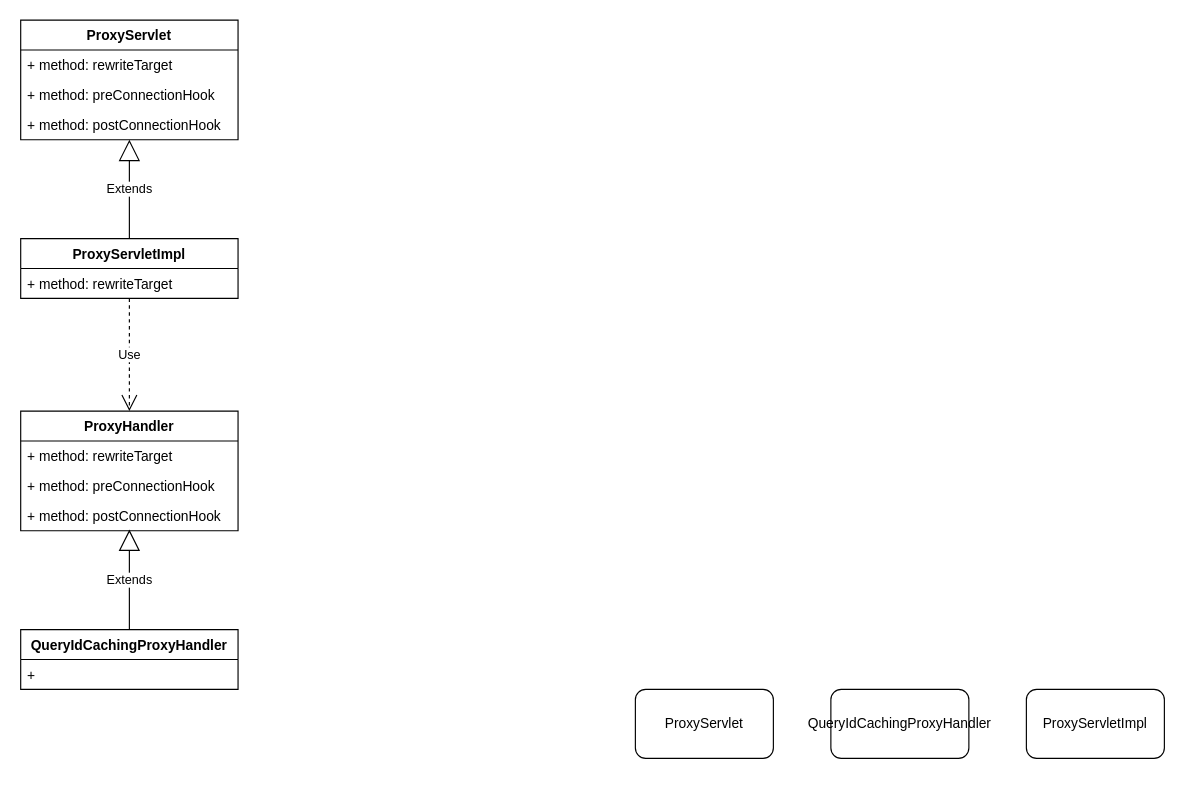
Earlier version of the draw.io diagram prestoGateway.drawio (chuanjian666/drawio). Source tidied: cells renumbered, new cells numbered last; positions are measured from the earlier drawing's top-left corner, leaving out a move shared by most shapes. Both pictures are drawn from the tidied source at 115%, with x=0, y=0 at pixel (21, 20).
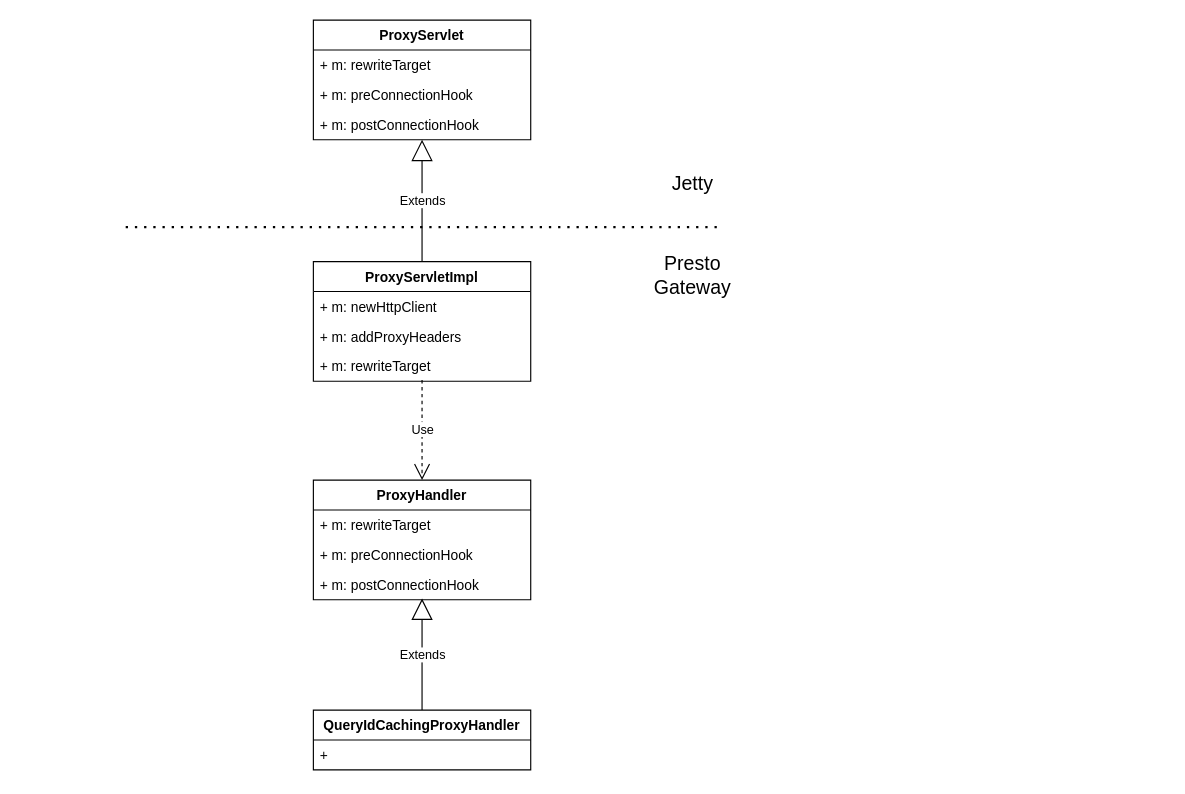
The same diagram, later.

Diff of the diagram source:
```diff
@@
-    <mxCell id="2" value="ProxyServletImpl" style="rounded=1;whiteSpace=wrap;html=1;" parent="1" vertex="1">
-      <mxGeometry x="874" y="582" width="120" height="60" as="geometry" />
-    </mxCell>
-    <mxCell id="3" value="ProxyServlet" style="rounded=1;whiteSpace=wrap;html=1;" parent="1" vertex="1">
-      <mxGeometry x="534" y="582" width="120" height="60" as="geometry" />
-    </mxCell>
-    <mxCell id="4" value="QueryIdCachingProxyHandler" style="rounded=1;whiteSpace=wrap;html=1;" parent="1" vertex="1">
-      <mxGeometry x="704" y="582" width="120" height="60" as="geometry" />
-    </mxCell>
     <mxCell id="5" value="QueryIdCachingProxyHandler" style="swimlane;fontStyle=1;align=center;verticalAlign=top;horizontal=1;startSize=26;" parent="1" vertex="1">
-      <mxGeometry x="-0.5" y="530" width="189" height="52" as="geometry" />
+      <mxGeometry x="254" y="600" width="189" height="52" as="geometry" />
     </mxCell>
@@
     <mxCell id="8" value="ProxyHandler" style="swimlane;fontStyle=1;align=center;verticalAlign=top;horizontal=1;startSize=26;" parent="1" vertex="1">
-      <mxGeometry x="-0.5" y="340" width="189" height="104" as="geometry" />
+      <mxGeometry x="254" y="400" width="189" height="104" as="geometry" />
     </mxCell>
-    <mxCell id="9" value="+ method: rewriteTarget" style="text;strokeColor=none;fillColor=none;align=left;verticalAlign=top;spacingLeft=4;spacingRight=4;overflow=hidden;" parent="8" vertex="1">
+    <mxCell id="9" value="+ m: rewriteTarget" style="text;strokeColor=none;fillColor=none;align=left;verticalAlign=top;spacingLeft=4;spacingRight=4;overflow=hidden;" parent="8" vertex="1">
       <mxGeometry y="26" width="189" height="26" as="geometry" />
     </mxCell>
-    <mxCell id="10" value="+ method: preConnectionHook" style="text;strokeColor=none;fillColor=none;align=left;verticalAlign=top;spacingLeft=4;spacingRight=4;overflow=hidden;" parent="8" vertex="1">
+    <mxCell id="10" value="+ m: preConnectionHook" style="text;strokeColor=none;fillColor=none;align=left;verticalAlign=top;spacingLeft=4;spacingRight=4;overflow=hidden;" parent="8" vertex="1">
       <mxGeometry y="52" width="189" height="26" as="geometry" />
     </mxCell>
-    <mxCell id="11" value="+ method: postConnectionHook" style="text;strokeColor=none;fillColor=none;align=left;verticalAlign=top;spacingLeft=4;spacingRight=4;overflow=hidden;points=[[0,0.5],[1,0.5]];portConstraint=eastwest;" parent="8" vertex="1">
+    <mxCell id="11" value="+ m: postConnectionHook" style="text;strokeColor=none;fillColor=none;align=left;verticalAlign=top;spacingLeft=4;spacingRight=4;overflow=hidden;points=[[0,0.5],[1,0.5]];portConstraint=eastwest;" parent="8" vertex="1">
       <mxGeometry y="78" width="189" height="26" as="geometry" />
     </mxCell>
     <mxCell id="12" value="ProxyServletImpl" style="swimlane;fontStyle=1;align=center;verticalAlign=top;horizontal=1;startSize=26;" parent="1" vertex="1">
-      <mxGeometry x="-0.5" y="190" width="189" height="52" as="geometry" />
+      <mxGeometry x="254" y="210" width="189" height="104" as="geometry" />
     </mxCell>
-    <mxCell id="13" value="+ method: rewriteTarget" style="text;strokeColor=none;fillColor=none;align=left;verticalAlign=top;spacingLeft=4;spacingRight=4;overflow=hidden;points=[[0,0.5],[1,0.5]];portConstraint=eastwest;" parent="12" vertex="1">
+    <mxCell id="13" value="+ m: newHttpClient" style="text;strokeColor=none;fillColor=none;align=left;verticalAlign=top;spacingLeft=4;spacingRight=4;overflow=hidden;points=[[0,0.5],[1,0.5]];portConstraint=eastwest;" parent="12" vertex="1">
       <mxGeometry y="26" width="189" height="26" as="geometry" />
     </mxCell>
+    <mxCell id="20" value="+ m: addProxyHeaders" style="text;strokeColor=none;fillColor=none;align=left;verticalAlign=top;spacingLeft=4;spacingRight=4;overflow=hidden;" parent="12" vertex="1">
+      <mxGeometry y="52" width="189" height="26" as="geometry" />
+    </mxCell>
+    <mxCell id="21" value="+ m: rewriteTarget" style="text;strokeColor=none;fillColor=none;align=left;verticalAlign=top;spacingLeft=4;spacingRight=4;overflow=hidden;points=[[0,0.5],[1,0.5]];portConstraint=eastwest;" parent="12" vertex="1">
+      <mxGeometry y="78" width="189" height="26" as="geometry" />
+    </mxCell>
-    <mxCell id="14" value="Use" style="endArrow=open;endSize=12;dashed=1;html=1;exitX=0.5;exitY=1;exitDx=0;exitDy=0;exitPerimeter=0;" parent="1" edge="1" source="13" target="8">
+    <mxCell id="14" value="Use" style="endArrow=open;endSize=12;dashed=1;html=1;exitX=0.5;exitY=0.962;exitDx=0;exitDy=0;exitPerimeter=0;" parent="1" edge="1" source="21" target="8">
       <mxGeometry relative="1" as="geometry" />
     </mxCell>
     <mxCell id="15" value="ProxyServlet" style="swimlane;fontStyle=1;align=center;verticalAlign=top;horizontal=1;startSize=26;" parent="1" vertex="1">
-      <mxGeometry x="-0.5" width="189" height="104" as="geometry" />
+      <mxGeometry x="254" width="189" height="104" as="geometry" />
     </mxCell>
-    <mxCell id="16" value="+ method: rewriteTarget" style="text;strokeColor=none;fillColor=none;align=left;verticalAlign=top;spacingLeft=4;spacingRight=4;overflow=hidden;" parent="15" vertex="1">
+    <mxCell id="16" value="+ m: rewriteTarget" style="text;strokeColor=none;fillColor=none;align=left;verticalAlign=top;spacingLeft=4;spacingRight=4;overflow=hidden;" parent="15" vertex="1">
       <mxGeometry y="26" width="189" height="26" as="geometry" />
     </mxCell>
-    <mxCell id="17" value="+ method: preConnectionHook" style="text;strokeColor=none;fillColor=none;align=left;verticalAlign=top;spacingLeft=4;spacingRight=4;overflow=hidden;" parent="15" vertex="1">
+    <mxCell id="17" value="+ m: preConnectionHook" style="text;strokeColor=none;fillColor=none;align=left;verticalAlign=top;spacingLeft=4;spacingRight=4;overflow=hidden;" parent="15" vertex="1">
       <mxGeometry y="52" width="189" height="26" as="geometry" />
     </mxCell>
-    <mxCell id="18" value="+ method: postConnectionHook" style="text;strokeColor=none;fillColor=none;align=left;verticalAlign=top;spacingLeft=4;spacingRight=4;overflow=hidden;" parent="15" vertex="1">
+    <mxCell id="18" value="+ m: postConnectionHook" style="text;strokeColor=none;fillColor=none;align=left;verticalAlign=top;spacingLeft=4;spacingRight=4;overflow=hidden;" parent="15" vertex="1">
       <mxGeometry y="78" width="189" height="26" as="geometry" />
     </mxCell>
-    <mxCell id="19" value="Extends" style="endArrow=block;endSize=16;endFill=0;html=1;entryX=0.5;entryY=1;entryDx=0;entryDy=0;entryPerimeter=0;" parent="1" edge="1">
+    <mxCell id="19" value="Extends" style="endArrow=block;endSize=16;endFill=0;html=1;entryX=0.5;entryY=1;entryDx=0;entryDy=0;entryPerimeter=0;exitX=0.5;exitY=0;exitDx=0;exitDy=0;" parent="1" edge="1" source="12">
       <mxGeometry relative="1" as="geometry">
-        <mxPoint x="94" y="190" as="sourcePoint" />
-        <mxPoint x="94" y="104" as="targetPoint" />
+        <mxPoint x="348.5" y="104" as="targetPoint" />
       </mxGeometry>
     </mxCell>
+    <mxCell id="22" style="endArrow=none;dashed=1;html=1;dashPattern=1 3;strokeWidth=2;" parent="1" edge="1">
+      <mxGeometry relative="1" as="geometry">
+        <mxPoint x="90.8" y="180" as="sourcePoint" />
+        <mxPoint x="606.2" y="180" as="targetPoint" />
+      </mxGeometry>
+    </mxCell>
+    <mxCell id="23" value="Jetty" style="text;html=1;strokeColor=none;fillColor=none;align=center;verticalAlign=middle;whiteSpace=wrap;rounded=0;fontSize=17;" parent="1" vertex="1">
+      <mxGeometry x="534" y="120" width="100" height="46" as="geometry" />
+    </mxCell>
+    <mxCell id="24" value="Presto Gateway" style="text;html=1;strokeColor=none;fillColor=none;align=center;verticalAlign=middle;whiteSpace=wrap;rounded=0;fontSize=17;" parent="1" vertex="1">
+      <mxGeometry x="534" y="200" width="100" height="46" as="geometry" />
+    </mxCell>
```
